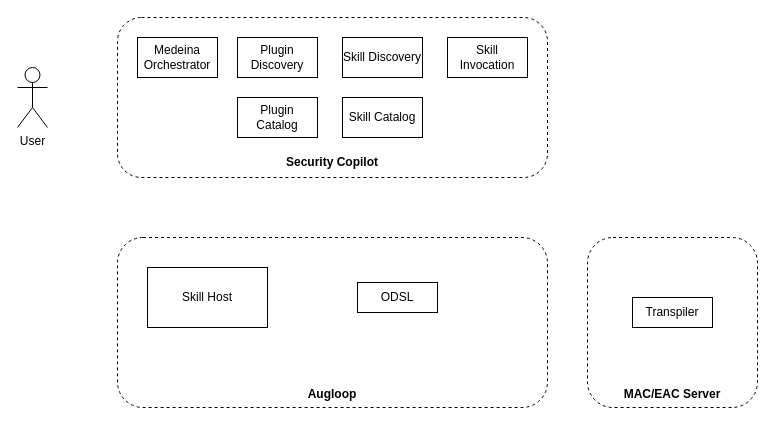
Above: Security Copilot.drawio in prshelke/DrawIO (draw.io), before the change. Source tidied: cells renumbered, new cells numbered last; positions are measured from the earlier drawing's top-left corner, leaving out a move shared by most shapes. Both pictures are drawn from the tidied source at 100%, with x=0, y=0 at pixel (17, 17).
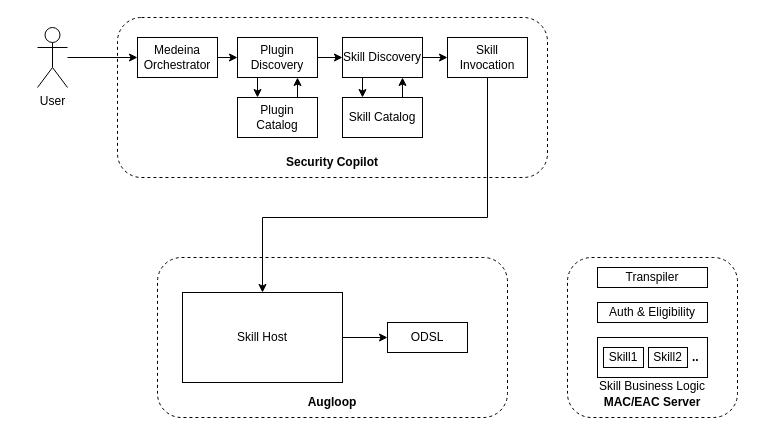
The same diagram, later.

The change refers to these unchanged cells:
```xml
<mxCell id="3" value="Skill Invocation" style="rounded=0;whiteSpace=wrap;html=1;" parent="1" vertex="1">
  <mxGeometry x="430" y="20" width="80" height="40" as="geometry" />
</mxCell>
<mxCell id="10" value="Medeina Orchestrator" style="rounded=0;whiteSpace=wrap;html=1;" parent="1" vertex="1">
  <mxGeometry x="120" y="20" width="80" height="40" as="geometry" />
</mxCell>
<mxCell id="11" value="Plugin Discovery" style="rounded=0;whiteSpace=wrap;html=1;" parent="1" vertex="1">
  <mxGeometry x="220" y="20" width="80" height="40" as="geometry" />
</mxCell>
<mxCell id="12" value="Skill Catalog" style="rounded=0;whiteSpace=wrap;html=1;" parent="1" vertex="1">
  <mxGeometry x="325" y="80" width="80" height="40" as="geometry" />
</mxCell>
<mxCell id="13" value="Skill Discovery" style="rounded=0;whiteSpace=wrap;html=1;" parent="1" vertex="1">
  <mxGeometry x="325" y="20" width="80" height="40" as="geometry" />
</mxCell>
<mxCell id="14" value="Plugin Catalog" style="rounded=0;whiteSpace=wrap;html=1;" parent="1" vertex="1">
  <mxGeometry x="220" y="80" width="80" height="40" as="geometry" />
</mxCell>
```

What changed in the source:
```diff
@@
+    <mxCell id="6" value="&lt;br&gt;&lt;br&gt;&lt;br&gt;&lt;br&gt;&lt;br&gt;&lt;br&gt;&lt;br&gt;&lt;br&gt;&lt;br&gt;Augloop" style="rounded=1;whiteSpace=wrap;html=1;gradientColor=none;dashed=1;align=center;horizontal=1;fontStyle=1;" parent="1" vertex="1">
+      <mxGeometry x="140" y="240" width="350" height="160" as="geometry" />
+    </mxCell>
@@
+    <mxCell id="16" style="edgeStyle=orthogonalEdgeStyle;rounded=0;jettySize=auto;html=1;exitX=0.5;exitY=1;exitDx=0;exitDy=0;entryX=0.5;entryY=0;entryDx=0;entryDy=0;" parent="1" edge="1" source="3" target="7">
+      <mxGeometry relative="1" as="geometry">
+        <Array as="points">
+          <mxPoint x="470" y="200" />
+          <mxPoint x="245" y="200" />
+        </Array>
+      </mxGeometry>
+    </mxCell>
@@
+    <mxCell id="17" style="edgeStyle=orthogonalEdgeStyle;rounded=0;jettySize=auto;html=1;strokeColor=default;" parent="1" edge="1" source="4" target="10">
+      <mxGeometry relative="1" as="geometry" />
+    </mxCell>
     <mxCell id="4" value="User" style="shape=umlActor;verticalLabelPosition=bottom;verticalAlign=top;html=1;outlineConnect=0;" parent="1" vertex="1">
-      <mxGeometry y="50" width="30" height="60" as="geometry" />
+      <mxGeometry x="20" y="10" width="30" height="60" as="geometry" />
     </mxCell>
-    <mxCell id="5" value="&lt;br&gt;&lt;br&gt;&lt;br&gt;&lt;br&gt;&lt;br&gt;&lt;br&gt;&lt;br&gt;&lt;br&gt;&lt;br&gt;&lt;br&gt;MAC/EAC Server" style="rounded=1;whiteSpace=wrap;html=1;gradientColor=none;dashed=1;align=center;horizontal=1;fontStyle=1;" parent="1" vertex="1">
-      <mxGeometry x="570" y="220" width="170" height="170" as="geometry" />
+    <mxCell id="5" value="&lt;br&gt;&lt;br&gt;&lt;br&gt;&lt;br&gt;&lt;br&gt;&lt;br&gt;&lt;br&gt;&lt;br&gt;&lt;br&gt;MAC/EAC Server" style="rounded=1;whiteSpace=wrap;html=1;gradientColor=none;dashed=1;align=center;horizontal=1;fontStyle=1;" parent="1" vertex="1">
+      <mxGeometry x="550" y="240" width="170" height="160" as="geometry" />
     </mxCell>
-    <mxCell id="6" value="&lt;br&gt;&lt;br&gt;&lt;br&gt;&lt;br&gt;&lt;br&gt;&lt;br&gt;&lt;br&gt;&lt;br&gt;&lt;br&gt;&lt;br&gt;Augloop" style="rounded=1;whiteSpace=wrap;html=1;gradientColor=none;dashed=1;align=center;horizontal=1;fontStyle=1;" parent="1" vertex="1">
-      <mxGeometry x="100" y="220" width="430" height="170" as="geometry" />
-    </mxCell>
+    <mxCell id="18" style="edgeStyle=orthogonalEdgeStyle;rounded=0;jettySize=auto;html=1;exitX=1;exitY=0.5;exitDx=0;exitDy=0;entryX=0;entryY=0.5;entryDx=0;entryDy=0;" parent="1" edge="1" source="7" target="9">
+      <mxGeometry relative="1" as="geometry" />
+    </mxCell>
     <mxCell id="7" value="Skill Host" style="rounded=0;whiteSpace=wrap;html=1;" parent="1" vertex="1">
-      <mxGeometry x="130" y="250" width="120" height="60" as="geometry" />
+      <mxGeometry x="165" y="275" width="160" height="90" as="geometry" />
     </mxCell>
-    <mxCell id="8" value="Transpiler" style="rounded=0;whiteSpace=wrap;html=1;" parent="1" vertex="1">
-      <mxGeometry x="615" y="280" width="80" height="30" as="geometry" />
+    <mxCell id="8" value="Auth &amp;amp; Eligibility" style="rounded=0;whiteSpace=wrap;html=1;" parent="1" vertex="1">
+      <mxGeometry x="580" y="285" width="110" height="20" as="geometry" />
     </mxCell>
     <mxCell id="9" value="ODSL" style="rounded=0;whiteSpace=wrap;html=1;" parent="1" vertex="1">
-      <mxGeometry x="340" y="265" width="80" height="30" as="geometry" />
+      <mxGeometry x="370" y="305" width="80" height="30" as="geometry" />
     </mxCell>
+    <mxCell id="19" style="edgeStyle=orthogonalEdgeStyle;rounded=0;jettySize=auto;html=1;exitX=1;exitY=0.5;exitDx=0;exitDy=0;entryX=0;entryY=0.5;entryDx=0;entryDy=0;" parent="1" edge="1" source="10" target="11">
+      <mxGeometry relative="1" as="geometry" />
+    </mxCell>
@@
+    <mxCell id="20" style="edgeStyle=orthogonalEdgeStyle;rounded=0;jettySize=auto;html=1;exitX=0.25;exitY=1;exitDx=0;exitDy=0;entryX=0.25;entryY=0;entryDx=0;entryDy=0;" parent="1" edge="1" source="11" target="14">
+      <mxGeometry relative="1" as="geometry" />
+    </mxCell>
+    <mxCell id="21" style="edgeStyle=orthogonalEdgeStyle;rounded=0;jettySize=auto;html=1;exitX=1;exitY=0.5;exitDx=0;exitDy=0;entryX=0;entryY=0.5;entryDx=0;entryDy=0;" parent="1" edge="1" source="11" target="13">
+      <mxGeometry relative="1" as="geometry" />
+    </mxCell>
@@
+    <mxCell id="22" style="edgeStyle=orthogonalEdgeStyle;rounded=0;jettySize=auto;html=1;exitX=0.75;exitY=0;exitDx=0;exitDy=0;entryX=0.75;entryY=1;entryDx=0;entryDy=0;" parent="1" edge="1" source="12" target="13">
+      <mxGeometry relative="1" as="geometry" />
+    </mxCell>
@@
+    <mxCell id="23" style="edgeStyle=orthogonalEdgeStyle;rounded=0;jettySize=auto;html=1;exitX=0.25;exitY=1;exitDx=0;exitDy=0;entryX=0.25;entryY=0;entryDx=0;entryDy=0;" parent="1" edge="1" source="13" target="12">
+      <mxGeometry relative="1" as="geometry" />
+    </mxCell>
+    <mxCell id="24" style="edgeStyle=orthogonalEdgeStyle;rounded=0;jettySize=auto;html=1;exitX=1;exitY=0.5;exitDx=0;exitDy=0;entryX=0;entryY=0.5;entryDx=0;entryDy=0;" parent="1" edge="1" source="13" target="3">
+      <mxGeometry relative="1" as="geometry" />
+    </mxCell>
@@
+    <mxCell id="25" style="edgeStyle=orthogonalEdgeStyle;rounded=0;jettySize=auto;html=1;exitX=0.75;exitY=0;exitDx=0;exitDy=0;entryX=0.75;entryY=1;entryDx=0;entryDy=0;" parent="1" edge="1" source="14" target="11">
+      <mxGeometry relative="1" as="geometry" />
+    </mxCell>
@@
+    <mxCell id="26" value="Transpiler" style="rounded=0;whiteSpace=wrap;html=1;" parent="1" vertex="1">
+      <mxGeometry x="580" y="250" width="110" height="20" as="geometry" />
+    </mxCell>
+    <mxCell id="27" value="&lt;br&gt;&lt;br&gt;&amp;nbsp; &amp;nbsp; &amp;nbsp; &amp;nbsp; &amp;nbsp; &amp;nbsp; &amp;nbsp; &amp;nbsp; &amp;nbsp; &amp;nbsp; &amp;nbsp; &amp;nbsp; &amp;nbsp; &lt;b&gt;..&lt;/b&gt;&lt;br&gt;&amp;nbsp; &amp;nbsp; &amp;nbsp; &amp;nbsp; &amp;nbsp; &amp;nbsp; &amp;nbsp; &amp;nbsp; &amp;nbsp; &amp;nbsp;&amp;nbsp;&lt;br&gt;Skill Business Logic" style="rounded=0;whiteSpace=wrap;html=1;" parent="1" vertex="1">
+      <mxGeometry x="580" y="320" width="110" height="40" as="geometry" />
+    </mxCell>
+    <mxCell id="28" value="Skill1" style="rounded=0;whiteSpace=wrap;html=1;" parent="1" vertex="1">
+      <mxGeometry x="586" y="330" width="40" height="20" as="geometry" />
+    </mxCell>
+    <mxCell id="29" value="Skill2" style="rounded=0;whiteSpace=wrap;html=1;" parent="1" vertex="1">
+      <mxGeometry x="631" y="330" width="39" height="20" as="geometry" />
+    </mxCell>
```
